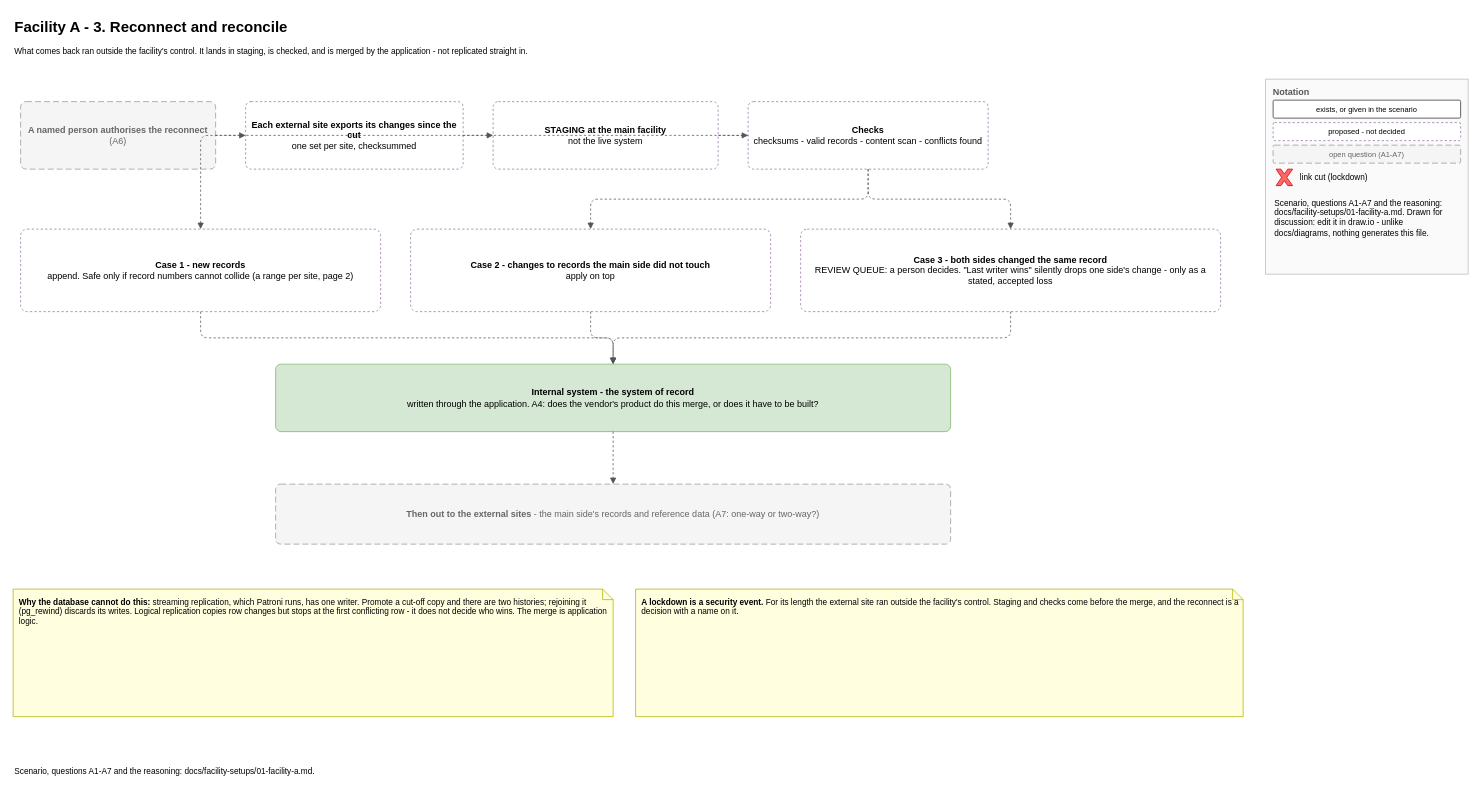
Earlier version of the draw.io diagram page "3 - Reconnect and reconcile" (3 of 3) of docs/facility-setups/01-facility-a.drawio (mcveybrian-ship-it/canonical-k8s). Source tidied: cells renumbered, new cells numbered last; positions are measured from the earlier drawing's top-left corner, leaving out a move shared by most shapes. Both pictures are drawn from the tidied source at 75%, with x=0, y=0 at pixel (13, 13).
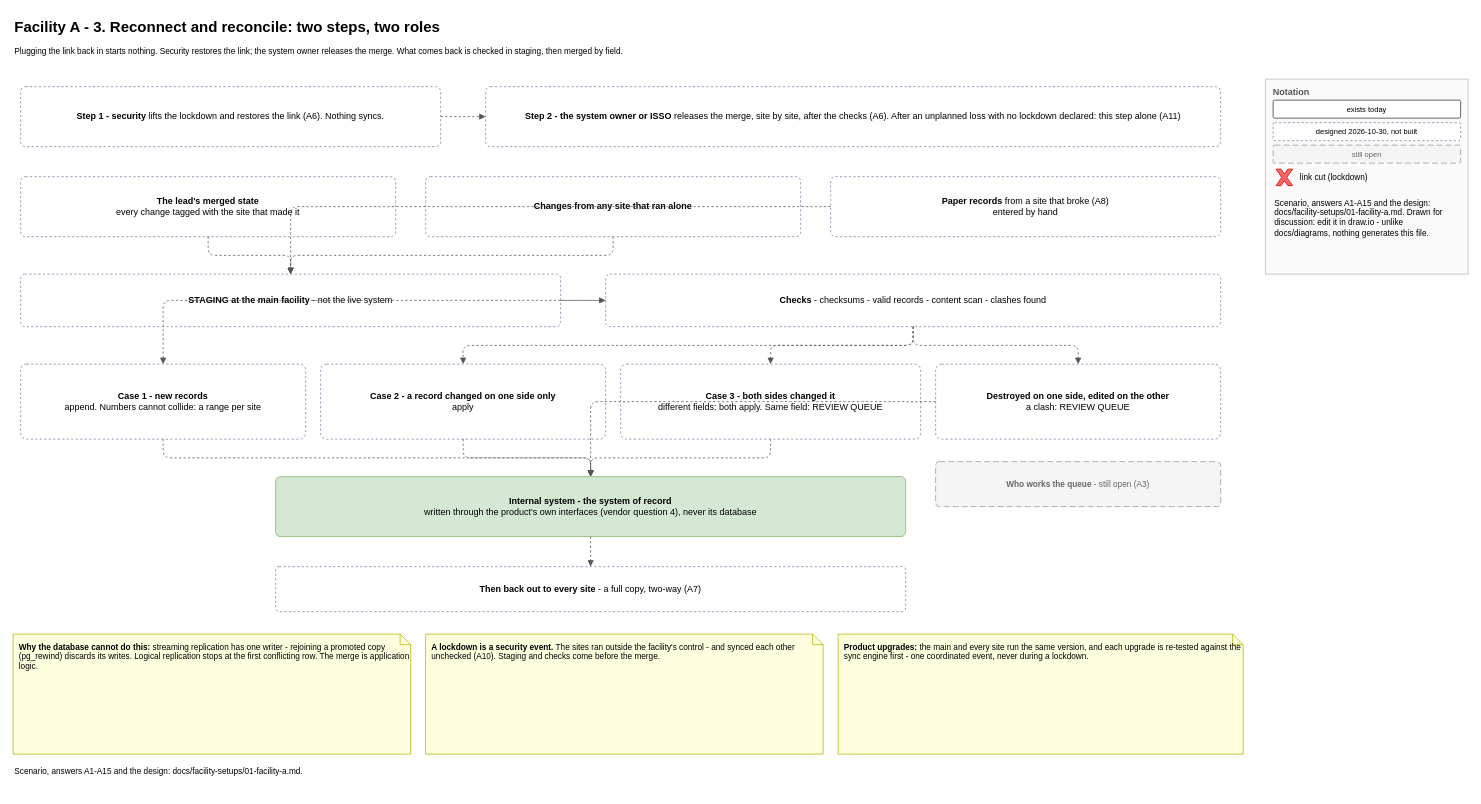
After the change.

Change to the diagram source:
```diff
@@
-    <mxCell id="2" value="Facility A - 3. Reconnect and reconcile" style="text;html=1;align=left;verticalAlign=top;fontSize=20;fontStyle=1;" parent="1" vertex="1">
+    <mxCell id="2" value="Facility A - 3. Reconnect and reconcile: two steps, two roles" style="text;html=1;align=left;verticalAlign=top;fontSize=20;fontStyle=1;" parent="1" vertex="1">
       <mxGeometry width="1640" height="36" as="geometry" />
     </mxCell>
-    <mxCell id="3" value="What comes back ran outside the facility's control. It lands in staging, is checked, and is merged by the application - not replicated straight in." style="text;html=1;align=left;verticalAlign=top;whiteSpace=wrap;fontSize=11;" parent="1" vertex="1">
+    <mxCell id="3" value="Plugging the link back in starts nothing. Security restores the link; the system owner releases the merge. What comes back is checked in staging, then merged by field." style="text;html=1;align=left;verticalAlign=top;whiteSpace=wrap;fontSize=11;" parent="1" vertex="1">
       <mxGeometry y="38" width="1640" height="34" as="geometry" />
     </mxCell>
@@
-    <mxCell id="5" value="exists, or given in the scenario" style="rounded=1;whiteSpace=wrap;html=1;arcSize=8;fillColor=#ffffff;strokeColor=#333333;fontSize=10;" parent="1" vertex="1">
+    <mxCell id="5" value="exists today" style="rounded=1;whiteSpace=wrap;html=1;arcSize=8;fillColor=#ffffff;strokeColor=#333333;fontSize=10;" parent="1" vertex="1">
       <mxGeometry x="1680" y="116" width="250" height="24" as="geometry" />
     </mxCell>
-    <mxCell id="6" value="proposed - not decided" style="rounded=1;whiteSpace=wrap;html=1;arcSize=8;fillColor=#ffffff;strokeColor=#9673a6;dashed=1;fontSize=10;" parent="1" vertex="1">
+    <mxCell id="6" value="designed 2026-10-30, not built" style="rounded=1;whiteSpace=wrap;html=1;arcSize=8;fillColor=#ffffff;strokeColor=#9673a6;dashed=1;fontSize=10;" parent="1" vertex="1">
       <mxGeometry x="1680" y="146" width="250" height="24" as="geometry" />
     </mxCell>
-    <mxCell id="7" value="open question (A1-A7)" style="rounded=1;whiteSpace=wrap;html=1;arcSize=8;fillColor=#f5f5f5;strokeColor=#999999;dashed=1;dashPattern=8 4;fontColor=#666666;fontSize=10;" parent="1" vertex="1">
+    <mxCell id="7" value="still open" style="rounded=1;whiteSpace=wrap;html=1;arcSize=8;fillColor=#f5f5f5;strokeColor=#999999;dashed=1;dashPattern=8 4;fontColor=#666666;fontSize=10;" parent="1" vertex="1">
       <mxGeometry x="1680" y="176" width="250" height="24" as="geometry" />
     </mxCell>
@@
-    <mxCell id="10" value="Scenario, questions A1-A7 and the reasoning: docs/facility-setups/01-facility-a.md. Drawn for discussion: edit it in draw.io - unlike docs/diagrams, nothing generates this file." style="text;html=1;align=left;verticalAlign=top;whiteSpace=wrap;fontSize=11;" parent="1" vertex="1">
+    <mxCell id="10" value="Scenario, answers A1-A15 and the design: docs/facility-setups/01-facility-a.md. Drawn for discussion: edit it in draw.io - unlike docs/diagrams, nothing generates this file." style="text;html=1;align=left;verticalAlign=top;whiteSpace=wrap;fontSize=11;" parent="1" vertex="1">
       <mxGeometry x="1680" y="240" width="250" height="100" as="geometry" />
     </mxCell>
-    <mxCell id="11" value="&lt;b&gt;A named person authorises the reconnect&lt;/b&gt;&lt;br&gt;(A6)" style="rounded=1;whiteSpace=wrap;html=1;arcSize=8;fillColor=#f5f5f5;strokeColor=#999999;dashed=1;dashPattern=8 4;fontColor=#666666;fontSize=12;" parent="1" vertex="1">
-      <mxGeometry x="10" y="118" width="260" height="90" as="geometry" />
+    <mxCell id="11" value="&lt;b&gt;Step 1 - security&lt;/b&gt; lifts the lockdown and restores the link (A6). Nothing syncs." style="rounded=1;whiteSpace=wrap;html=1;arcSize=8;fillColor=#ffffff;strokeColor=#9673a6;dashed=1;fontSize=12;" parent="1" vertex="1">
+      <mxGeometry x="10" y="98" width="560" height="80" as="geometry" />
     </mxCell>
-    <mxCell id="12" value="&lt;b&gt;Each external site exports its changes since the cut&lt;/b&gt;&lt;br&gt;one set per site, checksummed" style="rounded=1;whiteSpace=wrap;html=1;arcSize=8;fillColor=#ffffff;strokeColor=#9673a6;dashed=1;fontSize=12;" parent="1" vertex="1">
-      <mxGeometry x="310" y="118" width="290" height="90" as="geometry" />
+    <mxCell id="12" value="&lt;b&gt;Step 2 - the system owner or ISSO&lt;/b&gt; releases the merge, site by site, after the checks (A6). After an unplanned loss with no lockdown declared: this step alone (A11)" style="rounded=1;whiteSpace=wrap;html=1;arcSize=8;fillColor=#ffffff;strokeColor=#9673a6;dashed=1;fontSize=12;" parent="1" vertex="1">
+      <mxGeometry x="630" y="98" width="980" height="80" as="geometry" />
     </mxCell>
-    <mxCell id="13" value="&lt;b&gt;STAGING at the main facility&lt;/b&gt;&lt;br&gt;not the live system" style="rounded=1;whiteSpace=wrap;html=1;arcSize=8;fillColor=#ffffff;strokeColor=#9673a6;dashed=1;fontSize=12;" parent="1" vertex="1">
-      <mxGeometry x="640" y="118" width="300" height="90" as="geometry" />
+    <mxCell id="13" style="endArrow=block;endFill=1;html=1;rounded=1;edgeStyle=orthogonalEdgeStyle;strokeColor=#555555;fontSize=10;dashed=1;" parent="1" edge="1" source="11" target="12">
+      <mxGeometry relative="1" as="geometry" />
     </mxCell>
-    <mxCell id="14" value="&lt;b&gt;Checks&lt;/b&gt;&lt;br&gt;checksums - valid records - content scan - conflicts found" style="rounded=1;whiteSpace=wrap;html=1;arcSize=8;fillColor=#ffffff;strokeColor=#9673a6;dashed=1;fontSize=12;" parent="1" vertex="1">
-      <mxGeometry x="980" y="118" width="320" height="90" as="geometry" />
+    <mxCell id="14" value="&lt;b&gt;The lead's merged state&lt;/b&gt;&lt;br&gt;every change tagged with the site that made it" style="rounded=1;whiteSpace=wrap;html=1;arcSize=8;fillColor=#ffffff;strokeColor=#9673a6;dashed=1;fontSize=12;" parent="1" vertex="1">
+      <mxGeometry x="10" y="218" width="500" height="80" as="geometry" />
     </mxCell>
-    <mxCell id="15" style="endArrow=block;endFill=1;html=1;rounded=1;edgeStyle=orthogonalEdgeStyle;strokeColor=#555555;fontSize=10;dashed=1;" parent="1" edge="1" source="11" target="12">
-      <mxGeometry relative="1" as="geometry" />
+    <mxCell id="15" value="&lt;b&gt;Changes from any site that ran alone&lt;/b&gt;" style="rounded=1;whiteSpace=wrap;html=1;arcSize=8;fillColor=#ffffff;strokeColor=#9673a6;dashed=1;fontSize=12;" parent="1" vertex="1">
+      <mxGeometry x="550" y="218" width="500" height="80" as="geometry" />
     </mxCell>
-    <mxCell id="16" style="endArrow=block;endFill=1;html=1;rounded=1;edgeStyle=orthogonalEdgeStyle;strokeColor=#555555;fontSize=10;dashed=1;" parent="1" edge="1" source="12" target="13">
-      <mxGeometry relative="1" as="geometry" />
+    <mxCell id="16" value="&lt;b&gt;Paper records&lt;/b&gt; from a site that broke (A8)&lt;br&gt;entered by hand" style="rounded=1;whiteSpace=wrap;html=1;arcSize=8;fillColor=#ffffff;strokeColor=#9673a6;dashed=1;fontSize=12;" parent="1" vertex="1">
+      <mxGeometry x="1090" y="218" width="520" height="80" as="geometry" />
     </mxCell>
-    <mxCell id="17" style="endArrow=block;endFill=1;html=1;rounded=1;edgeStyle=orthogonalEdgeStyle;strokeColor=#555555;fontSize=10;dashed=1;" parent="1" edge="1" source="13" target="14">
-      <mxGeometry relative="1" as="geometry" />
+    <mxCell id="17" value="&lt;b&gt;STAGING at the main facility&lt;/b&gt; - not the live system" style="rounded=1;whiteSpace=wrap;html=1;arcSize=8;fillColor=#ffffff;strokeColor=#9673a6;dashed=1;fontSize=12;" parent="1" vertex="1">
+      <mxGeometry x="10" y="348" width="720" height="70" as="geometry" />
     </mxCell>
-    <mxCell id="18" value="&lt;b&gt;Case 1 - new records&lt;/b&gt;&lt;br&gt;append. Safe only if record numbers cannot collide (a range per site, page 2)" style="rounded=1;whiteSpace=wrap;html=1;arcSize=8;fillColor=#ffffff;strokeColor=#9673a6;dashed=1;fontSize=12;" parent="1" vertex="1">
-      <mxGeometry x="10" y="288" width="480" height="110" as="geometry" />
+    <mxCell id="18" value="&lt;b&gt;Checks&lt;/b&gt; - checksums - valid records - content scan - clashes found" style="rounded=1;whiteSpace=wrap;html=1;arcSize=8;fillColor=#ffffff;strokeColor=#9673a6;dashed=1;fontSize=12;" parent="1" vertex="1">
+      <mxGeometry x="790" y="348" width="820" height="70" as="geometry" />
     </mxCell>
-    <mxCell id="19" value="&lt;b&gt;Case 2 - changes to records the main side did not touch&lt;/b&gt;&lt;br&gt;apply on top" style="rounded=1;whiteSpace=wrap;html=1;arcSize=8;fillColor=#ffffff;strokeColor=#9673a6;dashed=1;fontSize=12;" parent="1" vertex="1">
-      <mxGeometry x="530" y="288" width="480" height="110" as="geometry" />
+    <mxCell id="19" style="endArrow=block;endFill=1;html=1;rounded=1;edgeStyle=orthogonalEdgeStyle;strokeColor=#555555;fontSize=10;dashed=1;" parent="1" edge="1" source="14" target="17">
+      <mxGeometry relative="1" as="geometry" />
     </mxCell>
-    <mxCell id="20" value="&lt;b&gt;Case 3 - both sides changed the same record&lt;/b&gt;&lt;br&gt;REVIEW QUEUE: a person decides. &quot;Last writer wins&quot; silently drops one side's change - only as a stated, accepted loss" style="rounded=1;whiteSpace=wrap;html=1;arcSize=8;fillColor=#ffffff;strokeColor=#9673a6;dashed=1;fontSize=12;" parent="1" vertex="1">
-      <mxGeometry x="1050" y="288" width="560" height="110" as="geometry" />
+    <mxCell id="20" style="endArrow=block;endFill=1;html=1;rounded=1;edgeStyle=orthogonalEdgeStyle;strokeColor=#555555;fontSize=10;dashed=1;" parent="1" edge="1" source="15" target="17">
+      <mxGeometry relative="1" as="geometry" />
     </mxCell>
-    <mxCell id="21" style="endArrow=block;endFill=1;html=1;rounded=1;edgeStyle=orthogonalEdgeStyle;strokeColor=#555555;fontSize=10;dashed=1;" parent="1" edge="1" source="14" target="18">
+    <mxCell id="21" style="endArrow=block;endFill=1;html=1;rounded=1;edgeStyle=orthogonalEdgeStyle;strokeColor=#555555;fontSize=10;dashed=1;" parent="1" edge="1" source="16" target="17">
       <mxGeometry relative="1" as="geometry" />
     </mxCell>
-    <mxCell id="22" style="endArrow=block;endFill=1;html=1;rounded=1;edgeStyle=orthogonalEdgeStyle;strokeColor=#555555;fontSize=10;dashed=1;" parent="1" edge="1" source="14" target="19">
+    <mxCell id="22" style="endArrow=block;endFill=1;html=1;rounded=1;edgeStyle=orthogonalEdgeStyle;strokeColor=#555555;fontSize=10;dashed=1;" parent="1" edge="1" source="17" target="18">
       <mxGeometry relative="1" as="geometry" />
     </mxCell>
-    <mxCell id="23" style="endArrow=block;endFill=1;html=1;rounded=1;edgeStyle=orthogonalEdgeStyle;strokeColor=#555555;fontSize=10;dashed=1;" parent="1" edge="1" source="14" target="20">
-      <mxGeometry relative="1" as="geometry" />
+    <mxCell id="23" value="&lt;b&gt;Case 1 - new records&lt;/b&gt;&lt;br&gt;append. Numbers cannot collide: a range per site" style="rounded=1;whiteSpace=wrap;html=1;arcSize=8;fillColor=#ffffff;strokeColor=#9673a6;dashed=1;fontSize=12;" parent="1" vertex="1">
+      <mxGeometry x="10" y="468" width="380" height="100" as="geometry" />
     </mxCell>
-    <mxCell id="24" value="&lt;b&gt;Internal system - the system of record&lt;/b&gt;&lt;br&gt;written through the application. A4: does the vendor's product do this merge, or does it have to be built?" style="rounded=1;whiteSpace=wrap;html=1;arcSize=8;fillColor=#d5e8d4;strokeColor=#82b366;fontSize=12;" parent="1" vertex="1">
-      <mxGeometry x="350" y="468" width="900" height="90" as="geometry" />
+    <mxCell id="24" value="&lt;b&gt;Case 2 - a record changed on one side only&lt;/b&gt;&lt;br&gt;apply" style="rounded=1;whiteSpace=wrap;html=1;arcSize=8;fillColor=#ffffff;strokeColor=#9673a6;dashed=1;fontSize=12;" parent="1" vertex="1">
+      <mxGeometry x="410" y="468" width="380" height="100" as="geometry" />
     </mxCell>
-    <mxCell id="25" style="endArrow=block;endFill=1;html=1;rounded=1;edgeStyle=orthogonalEdgeStyle;strokeColor=#555555;fontSize=10;dashed=1;" parent="1" edge="1" source="18" target="24">
-      <mxGeometry relative="1" as="geometry" />
+    <mxCell id="25" value="&lt;b&gt;Case 3 - both sides changed it&lt;/b&gt;&lt;br&gt;different fields: both apply. Same field: REVIEW QUEUE" style="rounded=1;whiteSpace=wrap;html=1;arcSize=8;fillColor=#ffffff;strokeColor=#9673a6;dashed=1;fontSize=12;" parent="1" vertex="1">
+      <mxGeometry x="810" y="468" width="400" height="100" as="geometry" />
     </mxCell>
-    <mxCell id="26" style="endArrow=block;endFill=1;html=1;rounded=1;edgeStyle=orthogonalEdgeStyle;strokeColor=#555555;fontSize=10;dashed=1;" parent="1" edge="1" source="19" target="24">
-      <mxGeometry relative="1" as="geometry" />
+    <mxCell id="26" value="&lt;b&gt;Destroyed on one side, edited on the other&lt;/b&gt;&lt;br&gt;a clash: REVIEW QUEUE" style="rounded=1;whiteSpace=wrap;html=1;arcSize=8;fillColor=#ffffff;strokeColor=#9673a6;dashed=1;fontSize=12;" parent="1" vertex="1">
+      <mxGeometry x="1230" y="468" width="380" height="100" as="geometry" />
     </mxCell>
-    <mxCell id="27" style="endArrow=block;endFill=1;html=1;rounded=1;edgeStyle=orthogonalEdgeStyle;strokeColor=#555555;fontSize=10;dashed=1;" parent="1" edge="1" source="20" target="24">
+    <mxCell id="27" style="endArrow=block;endFill=1;html=1;rounded=1;edgeStyle=orthogonalEdgeStyle;strokeColor=#555555;fontSize=10;dashed=1;" parent="1" edge="1" source="18" target="23">
       <mxGeometry relative="1" as="geometry" />
     </mxCell>
-    <mxCell id="28" value="&lt;b&gt;Then out to the external sites&lt;/b&gt; - the main side's records and reference data (A7: one-way or two-way?)" style="rounded=1;whiteSpace=wrap;html=1;arcSize=8;fillColor=#f5f5f5;strokeColor=#999999;dashed=1;dashPattern=8 4;fontColor=#666666;fontSize=12;" parent="1" vertex="1">
-      <mxGeometry x="350" y="628" width="900" height="80" as="geometry" />
+    <mxCell id="28" style="endArrow=block;endFill=1;html=1;rounded=1;edgeStyle=orthogonalEdgeStyle;strokeColor=#555555;fontSize=10;dashed=1;" parent="1" edge="1" source="18" target="24">
+      <mxGeometry relative="1" as="geometry" />
     </mxCell>
-    <mxCell id="29" style="endArrow=block;endFill=1;html=1;rounded=1;edgeStyle=orthogonalEdgeStyle;strokeColor=#555555;fontSize=10;dashed=1;" parent="1" edge="1" source="24" target="28">
+    <mxCell id="29" style="endArrow=block;endFill=1;html=1;rounded=1;edgeStyle=orthogonalEdgeStyle;strokeColor=#555555;fontSize=10;dashed=1;" parent="1" edge="1" source="18" target="25">
       <mxGeometry relative="1" as="geometry" />
     </mxCell>
-    <mxCell id="30" value="&lt;b&gt;Why the database cannot do this:&lt;/b&gt; streaming replication, which Patroni runs, has one writer. Promote a cut-off copy and there are two histories; rejoining it (pg_rewind) discards its writes. Logical replication copies row changes but stops at the first conflicting row - it does not decide who wins. The merge is application logic." style="shape=note;whiteSpace=wrap;html=1;size=14;fillColor=#ffffe0;strokeColor=#b3b300;align=left;verticalAlign=top;spacingLeft=6;spacingTop=4;fontSize=11;" parent="1" vertex="1">
-      <mxGeometry y="768" width="800" height="170" as="geometry" />
+    <mxCell id="30" style="endArrow=block;endFill=1;html=1;rounded=1;edgeStyle=orthogonalEdgeStyle;strokeColor=#555555;fontSize=10;dashed=1;" parent="1" edge="1" source="18" target="26">
+      <mxGeometry relative="1" as="geometry" />
     </mxCell>
-    <mxCell id="31" value="&lt;b&gt;A lockdown is a security event.&lt;/b&gt; For its length the external site ran outside the facility's control. Staging and checks come before the merge, and the reconnect is a decision with a name on it." style="shape=note;whiteSpace=wrap;html=1;size=14;fillColor=#ffffe0;strokeColor=#b3b300;align=left;verticalAlign=top;spacingLeft=6;spacingTop=4;fontSize=11;" parent="1" vertex="1">
-      <mxGeometry x="830" y="768" width="810" height="170" as="geometry" />
+    <mxCell id="31" value="&lt;b&gt;Who works the queue&lt;/b&gt; - still open (A3)" style="rounded=1;whiteSpace=wrap;html=1;arcSize=8;fillColor=#f5f5f5;strokeColor=#999999;dashed=1;dashPattern=8 4;fontColor=#666666;fontSize=11;" parent="1" vertex="1">
+      <mxGeometry x="1230" y="598" width="380" height="60" as="geometry" />
     </mxCell>
-    <mxCell id="32" value="Scenario, questions A1-A7 and the reasoning: docs/facility-setups/01-facility-a.md." style="text;html=1;align=left;verticalAlign=top;whiteSpace=wrap;fontSize=11;" parent="1" vertex="1">
-      <mxGeometry y="998" width="1640" height="40" as="geometry" />
+    <mxCell id="32" value="&lt;b&gt;Internal system - the system of record&lt;/b&gt;&lt;br&gt;written through the product's own interfaces (vendor question 4), never its database" style="rounded=1;whiteSpace=wrap;html=1;arcSize=8;fillColor=#d5e8d4;strokeColor=#82b366;fontSize=12;" parent="1" vertex="1">
+      <mxGeometry x="350" y="618" width="840" height="80" as="geometry" />
     </mxCell>
+    <mxCell id="33" style="endArrow=block;endFill=1;html=1;rounded=1;edgeStyle=orthogonalEdgeStyle;strokeColor=#555555;fontSize=10;dashed=1;" parent="1" edge="1" source="23" target="32">
+      <mxGeometry relative="1" as="geometry" />
+    </mxCell>
+    <mxCell id="34" style="endArrow=block;endFill=1;html=1;rounded=1;edgeStyle=orthogonalEdgeStyle;strokeColor=#555555;fontSize=10;dashed=1;" parent="1" edge="1" source="24" target="32">
+      <mxGeometry relative="1" as="geometry" />
+    </mxCell>
+    <mxCell id="35" style="endArrow=block;endFill=1;html=1;rounded=1;edgeStyle=orthogonalEdgeStyle;strokeColor=#555555;fontSize=10;dashed=1;" parent="1" edge="1" source="25" target="32">
+      <mxGeometry relative="1" as="geometry" />
+    </mxCell>
+    <mxCell id="36" style="endArrow=block;endFill=1;html=1;rounded=1;edgeStyle=orthogonalEdgeStyle;strokeColor=#555555;fontSize=10;dashed=1;" parent="1" edge="1" source="26" target="32">
+      <mxGeometry relative="1" as="geometry" />
+    </mxCell>
+    <mxCell id="37" value="&lt;b&gt;Then back out to every site&lt;/b&gt; - a full copy, two-way (A7)" style="rounded=1;whiteSpace=wrap;html=1;arcSize=8;fillColor=#ffffff;strokeColor=#9673a6;dashed=1;fontSize=12;" parent="1" vertex="1">
+      <mxGeometry x="350" y="738" width="840" height="60" as="geometry" />
+    </mxCell>
+    <mxCell id="38" style="endArrow=block;endFill=1;html=1;rounded=1;edgeStyle=orthogonalEdgeStyle;strokeColor=#555555;fontSize=10;dashed=1;" parent="1" edge="1" source="32" target="37">
+      <mxGeometry relative="1" as="geometry" />
+    </mxCell>
+    <mxCell id="39" value="&lt;b&gt;Why the database cannot do this:&lt;/b&gt; streaming replication has one writer - rejoining a promoted copy (pg_rewind) discards its writes. Logical replication stops at the first conflicting row. The merge is application logic." style="shape=note;whiteSpace=wrap;html=1;size=14;fillColor=#ffffe0;strokeColor=#b3b300;align=left;verticalAlign=top;spacingLeft=6;spacingTop=4;fontSize=11;" parent="1" vertex="1">
+      <mxGeometry y="828" width="530" height="160" as="geometry" />
+    </mxCell>
+    <mxCell id="40" value="&lt;b&gt;A lockdown is a security event.&lt;/b&gt; The sites ran outside the facility's control - and synced each other unchecked (A10). Staging and checks come before the merge." style="shape=note;whiteSpace=wrap;html=1;size=14;fillColor=#ffffe0;strokeColor=#b3b300;align=left;verticalAlign=top;spacingLeft=6;spacingTop=4;fontSize=11;" parent="1" vertex="1">
+      <mxGeometry x="550" y="828" width="530" height="160" as="geometry" />
+    </mxCell>
+    <mxCell id="41" value="&lt;b&gt;Product upgrades:&lt;/b&gt; the main and every site run the same version, and each upgrade is re-tested against the sync engine first - one coordinated event, never during a lockdown." style="shape=note;whiteSpace=wrap;html=1;size=14;fillColor=#ffffe0;strokeColor=#b3b300;align=left;verticalAlign=top;spacingLeft=6;spacingTop=4;fontSize=11;" parent="1" vertex="1">
+      <mxGeometry x="1100" y="828" width="540" height="160" as="geometry" />
+    </mxCell>
+    <mxCell id="42" value="Scenario, answers A1-A15 and the design: docs/facility-setups/01-facility-a.md." style="text;html=1;align=left;verticalAlign=top;whiteSpace=wrap;fontSize=11;" parent="1" vertex="1">
+      <mxGeometry y="998" width="1640" height="40" as="geometry" />
+    </mxCell>
```
